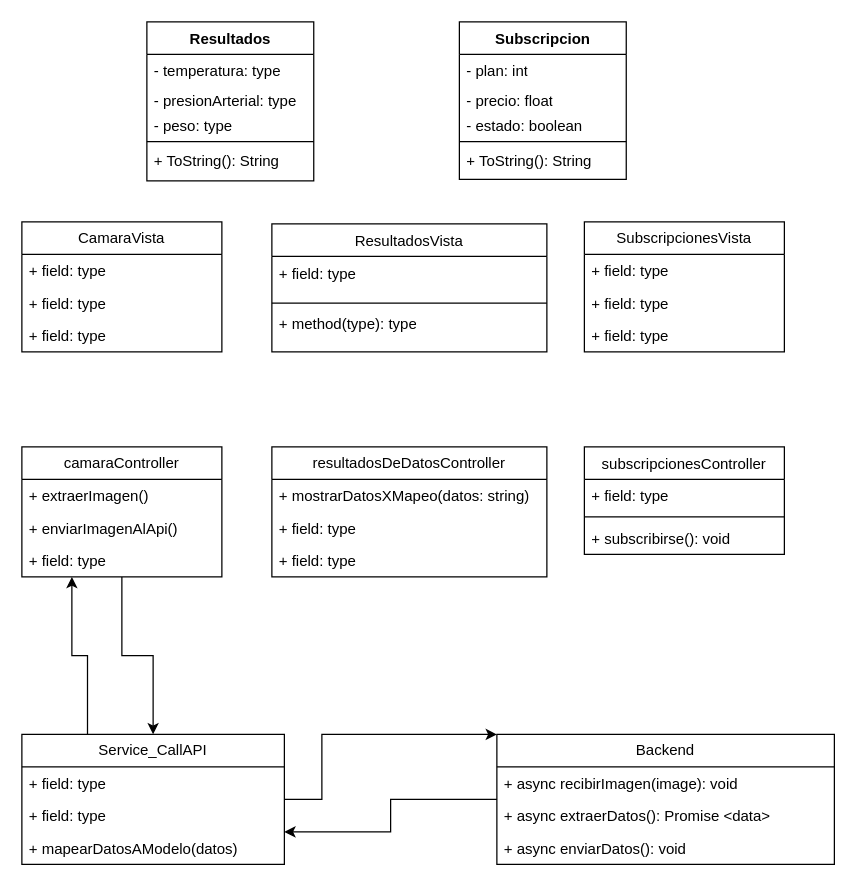
Manollito/ProyectoDiseno keeps this draw.io diagram as Stage #4/Diagramas de clases.drawio. Above is the earlier version. Source tidied: cells renumbered, new cells numbered last; positions are measured from the earlier drawing's top-left corner, leaving out a move shared by most shapes. Both pictures are drawn from the tidied source at 125%, with x=0, y=0 at pixel (21, 21).
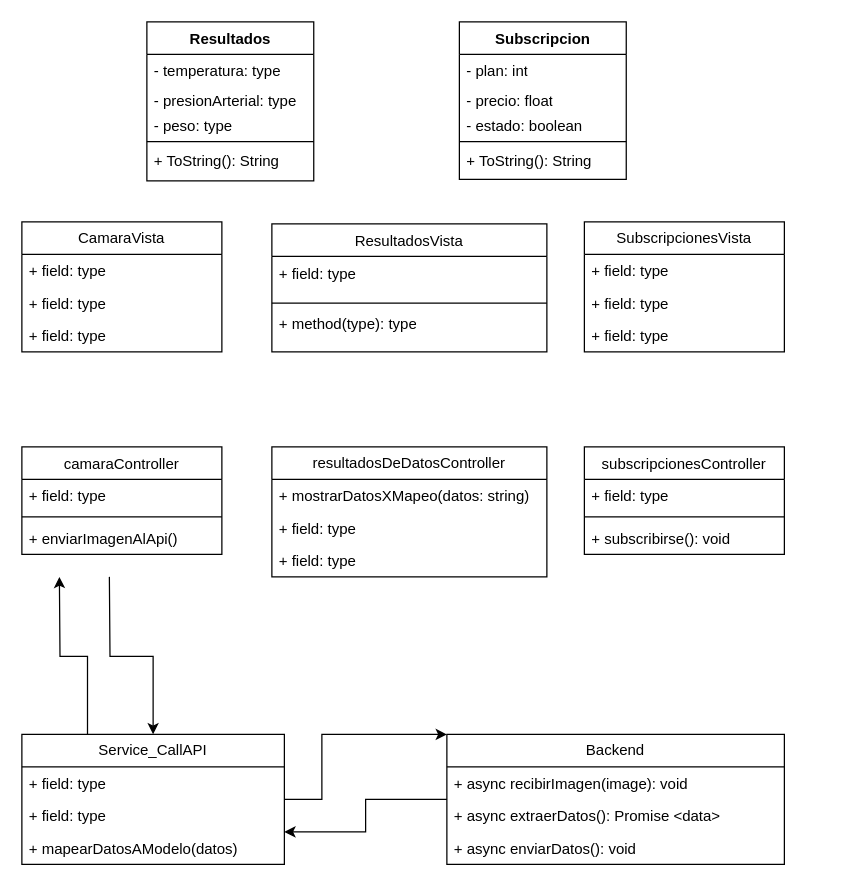
Above is the later version.

The change refers to these unchanged cells:
```xml
<mxCell id="21" value="Service_CallAPI" style="swimlane;fontStyle=0;horizontal=1;startSize=26;fillColor=none;whiteSpace=wrap;html=1;" parent="1" vertex="1">
  <mxGeometry y="570" width="210" height="104" as="geometry" />
</mxCell>
```

Change to the diagram source:
```diff
@@
-    <mxCell id="10" style="edgeStyle=orthogonalEdgeStyle;rounded=0;jettySize=auto;html=1;exitX=0.5;exitY=1;exitDx=0;exitDy=0;" parent="1" edge="1" source="11" target="21">
-      <mxGeometry relative="1" as="geometry" />
+    <mxCell id="10" style="edgeStyle=orthogonalEdgeStyle;rounded=0;jettySize=auto;html=1;exitX=0.5;exitY=1;exitDx=0;exitDy=0;" parent="1" edge="1" target="21">
+      <mxGeometry relative="1" as="geometry">
+        <mxPoint x="70" y="444" as="sourcePoint" />
+      </mxGeometry>
     </mxCell>
-    <mxCell id="11" value="camaraController" style="swimlane;fontStyle=0;horizontal=1;startSize=26;fillColor=none;whiteSpace=wrap;html=1;" parent="1" vertex="1">
-      <mxGeometry y="340" width="160" height="104" as="geometry" />
-    </mxCell>
-    <mxCell id="12" value="+ extraerImagen()" style="text;strokeColor=none;fillColor=none;align=left;verticalAlign=top;spacingLeft=4;spacingRight=4;overflow=hidden;whiteSpace=wrap;html=1;" parent="11" vertex="1">
-      <mxGeometry y="26" width="160" height="26" as="geometry" />
-    </mxCell>
-    <mxCell id="13" value="+ enviarImagenAlApi()" style="text;strokeColor=none;fillColor=none;align=left;verticalAlign=top;spacingLeft=4;spacingRight=4;overflow=hidden;whiteSpace=wrap;html=1;" parent="11" vertex="1">
-      <mxGeometry y="52" width="160" height="26" as="geometry" />
-    </mxCell>
-    <mxCell id="14" value="+ field: type" style="text;strokeColor=none;fillColor=none;align=left;verticalAlign=top;spacingLeft=4;spacingRight=4;overflow=hidden;whiteSpace=wrap;html=1;" parent="11" vertex="1">
-      <mxGeometry y="78" width="160" height="26" as="geometry" />
-    </mxCell>
@@
-    <mxCell id="20" style="edgeStyle=orthogonalEdgeStyle;rounded=0;jettySize=auto;html=1;exitX=0.25;exitY=0;exitDx=0;exitDy=0;entryX=0.25;entryY=1;entryDx=0;entryDy=0;" parent="1" edge="1" source="21" target="11">
-      <mxGeometry relative="1" as="geometry" />
+    <mxCell id="20" style="edgeStyle=orthogonalEdgeStyle;rounded=0;jettySize=auto;html=1;exitX=0.25;exitY=0;exitDx=0;exitDy=0;entryX=0.25;entryY=1;entryDx=0;entryDy=0;" parent="1" edge="1" source="21">
+      <mxGeometry relative="1" as="geometry">
+        <mxPoint x="30" y="444" as="targetPoint" />
+      </mxGeometry>
     </mxCell>
@@
     <mxCell id="26" value="Backend" style="swimlane;fontStyle=0;horizontal=1;startSize=26;fillColor=none;whiteSpace=wrap;html=1;" parent="1" vertex="1">
-      <mxGeometry x="380" y="570" width="270" height="104" as="geometry" />
+      <mxGeometry x="340" y="570" width="270" height="104" as="geometry" />
     </mxCell>
@@
+    <mxCell id="11" value="&lt;span style=&quot;font-weight: 400;&quot;&gt;camaraController&lt;/span&gt;" style="swimlane;fontStyle=1;align=center;verticalAlign=top;horizontal=1;startSize=26;whiteSpace=wrap;html=1;" parent="1" vertex="1">
+      <mxGeometry y="340" width="160" height="86" as="geometry" />
+    </mxCell>
+    <mxCell id="14" value="+ field: type" style="text;strokeColor=none;fillColor=none;align=left;verticalAlign=top;spacingLeft=4;spacingRight=4;overflow=hidden;whiteSpace=wrap;html=1;" parent="11" vertex="1">
+      <mxGeometry y="26" width="160" height="26" as="geometry" />
+    </mxCell>
+    <mxCell id="50" style="line;strokeWidth=1;fillColor=none;align=left;verticalAlign=middle;spacingTop=-1;spacingLeft=3;spacingRight=3;labelPosition=right;strokeColor=inherit;" parent="11" vertex="1">
+      <mxGeometry y="52" width="160" height="8" as="geometry" />
+    </mxCell>
+    <mxCell id="13" value="+ enviarImagenAlApi()" style="text;strokeColor=none;fillColor=none;align=left;verticalAlign=top;spacingLeft=4;spacingRight=4;overflow=hidden;whiteSpace=wrap;html=1;" parent="11" vertex="1">
+      <mxGeometry y="60" width="160" height="26" as="geometry" />
+    </mxCell>
```
